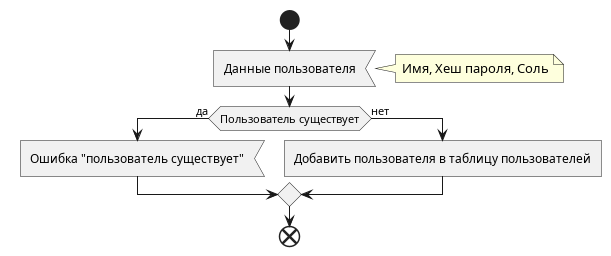
The PlantUML diagram docs/diagrams/img/activity/User.Database/p_users_add_new_user.png in mrypdm/JobSystem, before a commit.
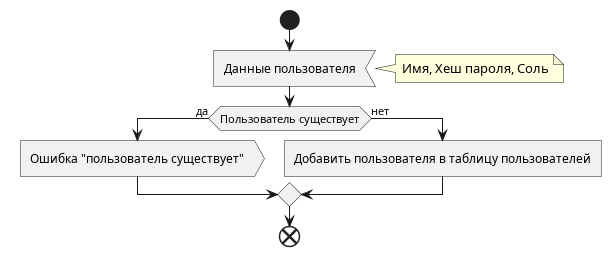
After the change.

The edit, as a diff of the source:
```diff
@@ -5,7 +5,7 @@
 :Данные пользователя<
     note right: Имя, Хеш пароля, Соль
 if (Пользователь существует) then (да)
-    :Ошибка "пользователь существует"<
+    :Ошибка "пользователь существует">
 else (нет)
     :Добавить пользователя в таблицу пользователей]
 endif
```
